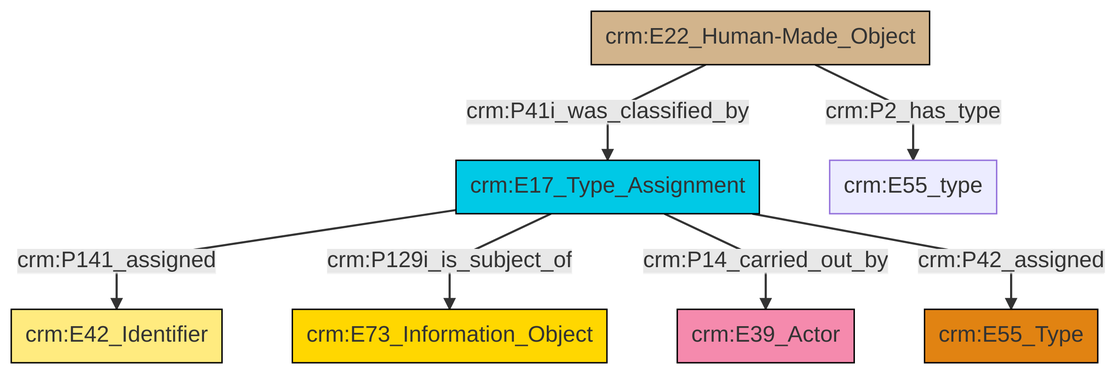
Above: et/builtWorkCSV/ttl/mmd/png/Built_Work_designation_status.png in swiss-art-research-net/reference-data-models (Mermaid), before the change. Its source is kept beside it as et/builtWorkCSV/ttl/mmd/Built_Work_designation_status.ttl.mmd.
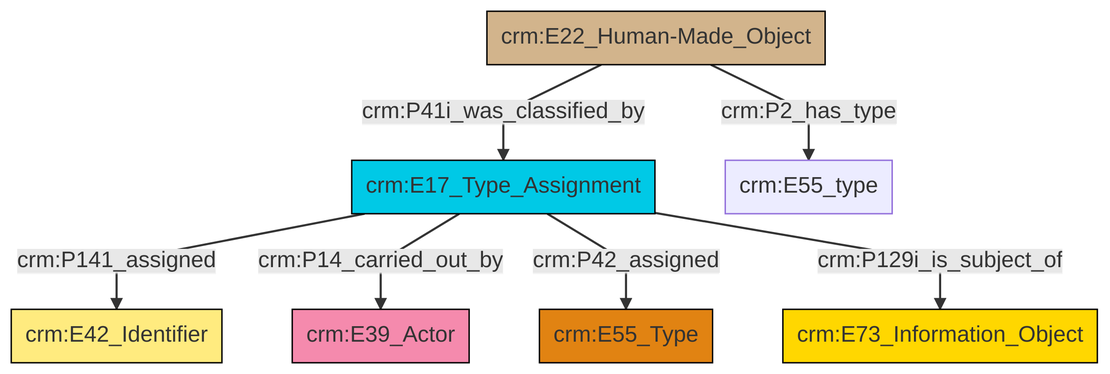
Later version of the same file.

What changed in the source:
```diff
@@ -13,9 +13,9 @@
 classDef PC_Classes fill:#4ce600, stroke:#000000;
 classDef Multi fill:#cccccc,stroke:#000000;
 
-2["crm:E17_Type_Assignment"]:::Temporal_Entity -->|crm:P141_assigned| 0["crm:E42_Identifier"]:::Appellation
-6["crm:E22_Human-Made_Object"]:::Physical_Thing -->|crm:P2_has_type| 7["crm:E55_type"]:::Default
-2["crm:E17_Type_Assignment"]:::Temporal_Entity -->|crm:P129i_is_subject_of| 8["crm:E73_Information_Object"]:::Conceptual_Object
-6["crm:E22_Human-Made_Object"]:::Physical_Thing -->|crm:P41i_was_classified_by| 2["crm:E17_Type_Assignment"]:::Temporal_Entity
-2["crm:E17_Type_Assignment"]:::Temporal_Entity -->|crm:P14_carried_out_by| 11["crm:E39_Actor"]:::Actor
-2["crm:E17_Type_Assignment"]:::Temporal_Entity -->|crm:P42_assigned| 4["crm:E55_Type"]:::Type
+0["crm:E17_Type_Assignment"]:::Temporal_Entity -->|crm:P141_assigned| 1["crm:E42_Identifier"]:::Appellation
+2["crm:E22_Human-Made_Object"]:::Physical_Thing -->|crm:P41i_was_classified_by| 0["crm:E17_Type_Assignment"]:::Temporal_Entity
+0["crm:E17_Type_Assignment"]:::Temporal_Entity -->|crm:P14_carried_out_by| 7["crm:E39_Actor"]:::Actor
+2["crm:E22_Human-Made_Object"]:::Physical_Thing -->|crm:P2_has_type| 11["crm:E55_type"]:::Default
+0["crm:E17_Type_Assignment"]:::Temporal_Entity -->|crm:P42_assigned| 3["crm:E55_Type"]:::Type
+0["crm:E17_Type_Assignment"]:::Temporal_Entity -->|crm:P129i_is_subject_of| 9["crm:E73_Information_Object"]:::Conceptual_Object
```
